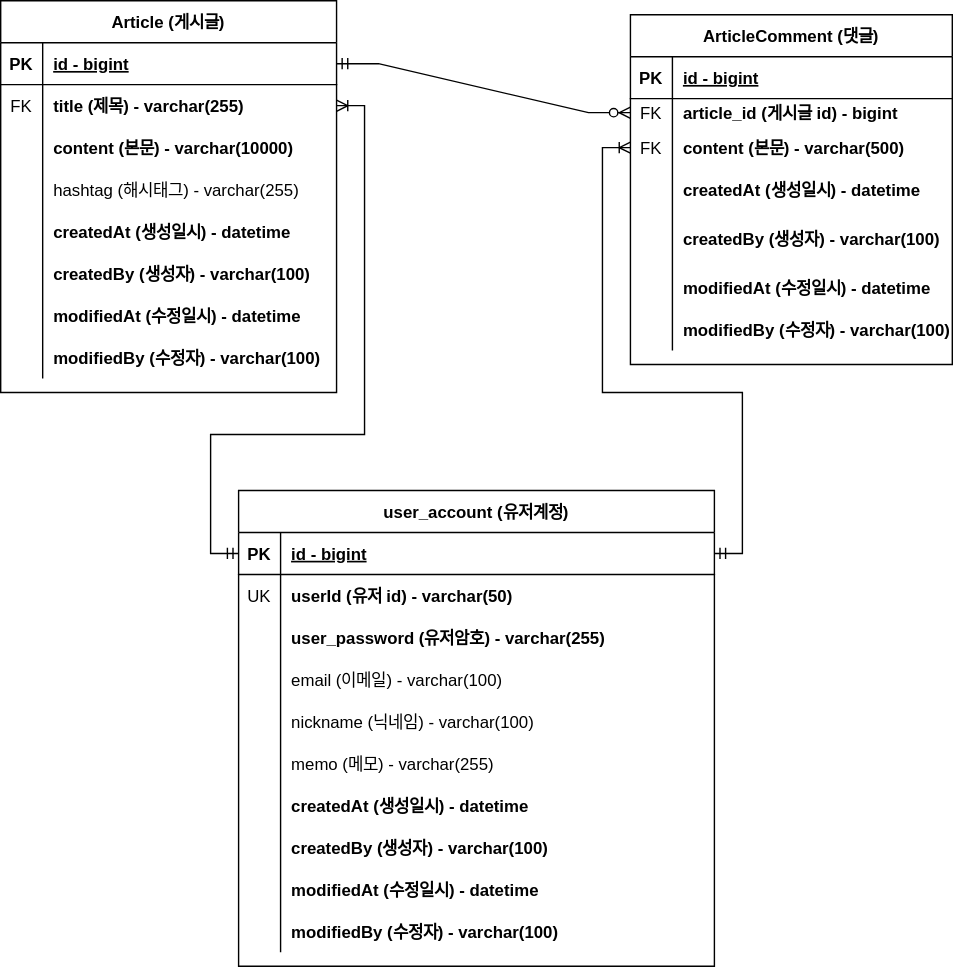
hiyee-gj/project-board keeps this draw.io diagram as document/project-board-erd.svg. Above is the earlier version. Source tidied: cells renumbered, new cells last; positions are measured from the earlier drawing's top-left corner, leaving out a move shared by most shapes.
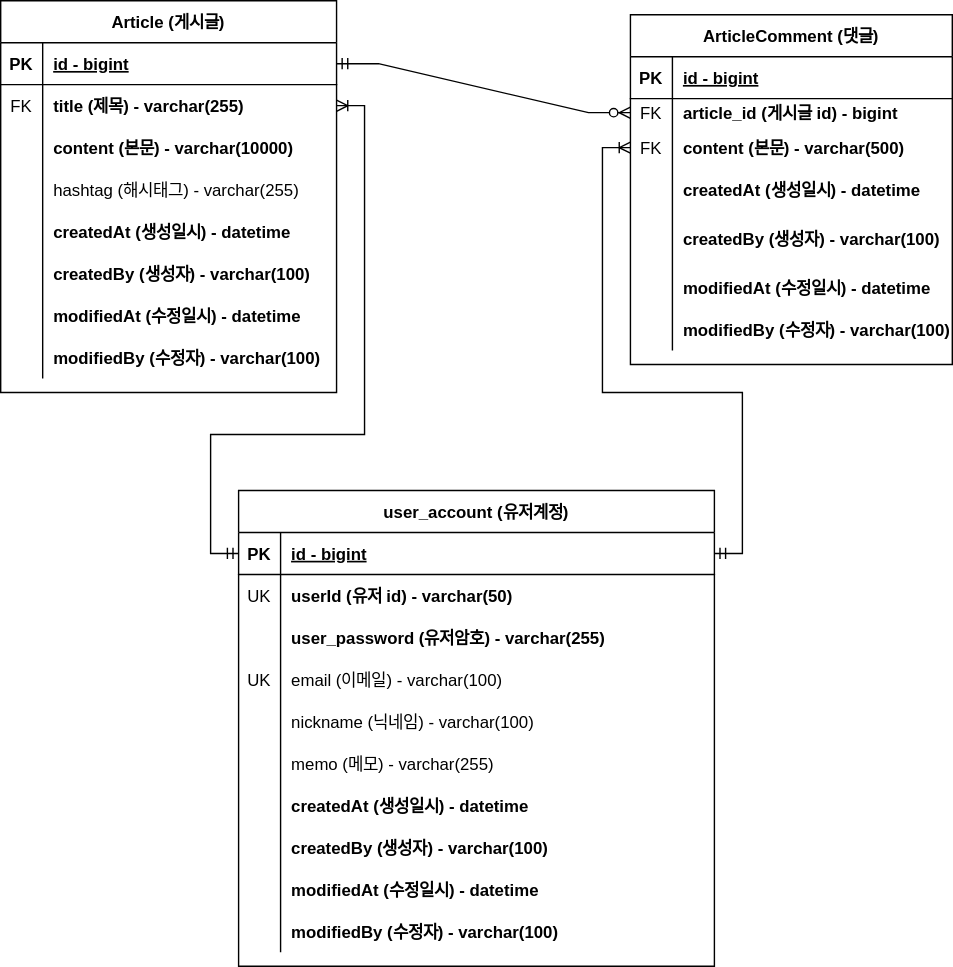
After the change.

Commit message:
#32 - erd 업데이트: 회원 계정 도메인의 이메일에 유니크 키 추가

Change to the diagram source:
```diff
@@ -179,7 +179,7 @@
     <mxCell id="60" style="shape=tableRow;horizontal=0;startSize=0;swimlaneHead=0;swimlaneBody=0;fillColor=none;top=0;left=0;right=0;bottom=0;" parent="50" vertex="1">
       <mxGeometry y="120" width="340" height="30" as="geometry" />
     </mxCell>
-    <mxCell id="61" style="shape=partialRectangle;fillColor=none;top=0;left=0;bottom=0;right=0;overflow=hidden;" parent="60" vertex="1">
+    <mxCell id="61" value="UK" style="shape=partialRectangle;fillColor=none;top=0;left=0;bottom=0;right=0;overflow=hidden;" parent="60" vertex="1">
       <mxGeometry width="30" height="30" as="geometry" />
     </mxCell>
     <mxCell id="62" value="email (이메일) - varchar(100)" style="shape=partialRectangle;fillColor=none;top=0;left=0;bottom=0;right=0;align=left;spacingLeft=6;overflow=hidden;" parent="60" vertex="1">
```
